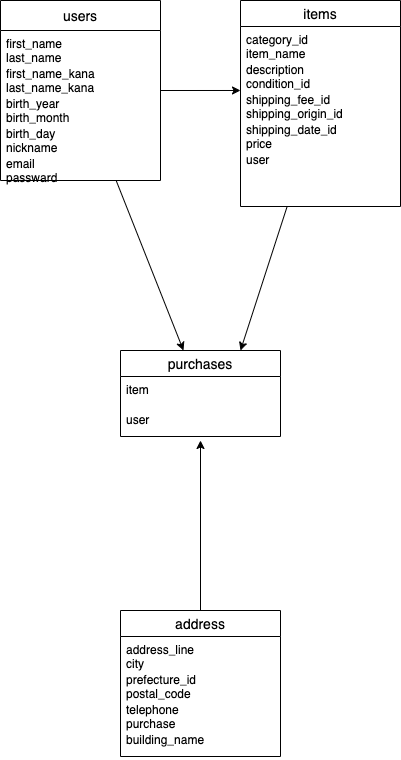
Above: furima.png in minamoit/furima-39233 (draw.io), before the change. Source tidied: cells renumbered, new cells last; positions are measured from the earlier drawing's top-left corner, leaving out a move shared by most shapes.
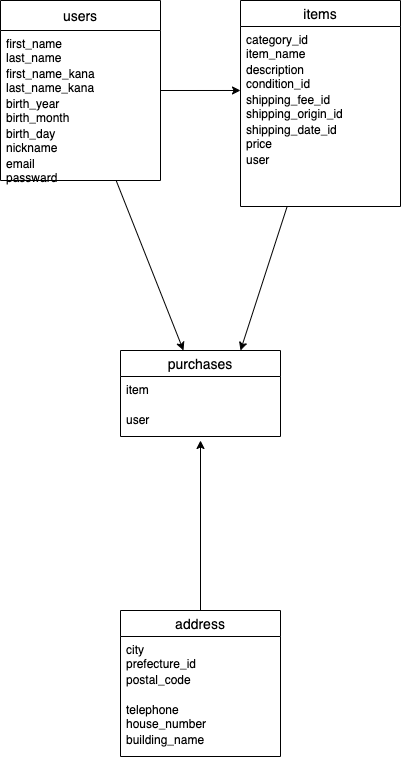
The same file after the commit.

Change to the diagram source:
```diff
@@ -64,16 +64,16 @@
     <mxCell id="20" value="address" style="swimlane;fontStyle=0;horizontal=1;startSize=26;align=center;fontSize=14;" parent="1" vertex="1">
       <mxGeometry x="120" y="610" width="160" height="146" as="geometry" />
     </mxCell>
-    <mxCell id="21" value="address_line&#10;city&#10;" style="text;strokeColor=none;fillColor=none;spacingLeft=4;spacingRight=4;overflow=hidden;fontSize=12;" parent="20" vertex="1">
+    <mxCell id="21" value="city&#10;prefecture_id&#10;" style="text;strokeColor=none;fillColor=none;spacingLeft=4;spacingRight=4;overflow=hidden;fontSize=12;" parent="20" vertex="1">
       <mxGeometry y="26" width="160" height="30" as="geometry" />
     </mxCell>
-    <mxCell id="22" value="prefecture_id&#10;postal_code" style="text;strokeColor=none;fillColor=none;spacingLeft=4;spacingRight=4;overflow=hidden;fontSize=12;" parent="20" vertex="1">
+    <mxCell id="22" value="postal_code" style="text;strokeColor=none;fillColor=none;spacingLeft=4;spacingRight=4;overflow=hidden;fontSize=12;" parent="20" vertex="1">
       <mxGeometry y="56" width="160" height="30" as="geometry" />
     </mxCell>
-    <mxCell id="23" value="telephone&#10;purchase&#10;building_name" style="text;strokeColor=none;fillColor=none;spacingLeft=4;spacingRight=4;overflow=hidden;fontSize=12;" parent="20" vertex="1">
+    <mxCell id="23" value="telephone&#10;house_number" style="text;strokeColor=none;fillColor=none;spacingLeft=4;spacingRight=4;overflow=hidden;fontSize=12;" parent="20" vertex="1">
       <mxGeometry y="86" width="160" height="30" as="geometry" />
     </mxCell>
-    <mxCell id="24" value="building_name" style="text;strokeColor=none;fillColor=none;spacingLeft=4;spacingRight=4;overflow=hidden;fontSize=12;" parent="20" vertex="1">
+    <mxCell id="24" value="building_name&#10;" style="text;strokeColor=none;fillColor=none;spacingLeft=4;spacingRight=4;overflow=hidden;fontSize=12;" parent="20" vertex="1">
       <mxGeometry y="116" width="160" height="30" as="geometry" />
     </mxCell>
     <mxCell id="25" value="purchases" style="swimlane;fontStyle=0;horizontal=1;startSize=26;align=center;fontSize=14;" parent="1" vertex="1">
```
